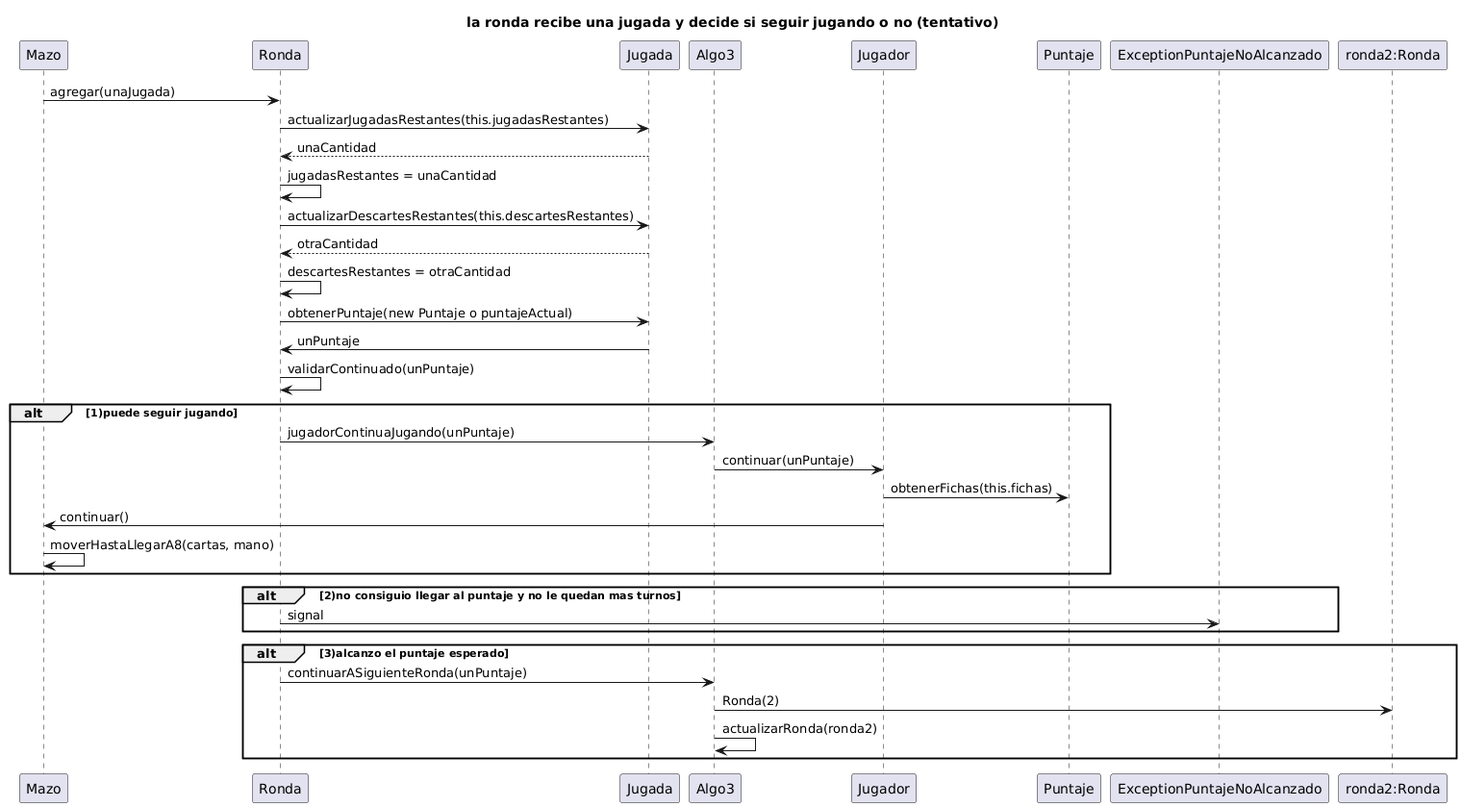
This is diagrams/sequences/DS-laRondaRecibeUnaJugadaYDecideSiSeguirJugando.png from Sotelo27/TP2-Balatro-Grupo-08, a PlantUML export, as it was before one commit. Its diagram source:
```plantuml
@startuml
title la ronda recibe una jugada y decide si seguir jugando o no (tentativo)
Mazo -> Ronda : agregar(unaJugada)
Ronda -> Jugada : actualizarJugadasRestantes(this.jugadasRestantes)
Jugada --> Ronda : unaCantidad

Ronda -> Ronda : jugadasRestantes = unaCantidad
Ronda -> Jugada: actualizarDescartesRestantes(this.descartesRestantes)
Jugada --> Ronda : otraCantidad
Ronda -> Ronda : descartesRestantes = otraCantidad


Ronda -> Jugada : obtenerPuntaje(new Puntaje o puntajeActual)
Jugada -> Ronda : unPuntaje
Ronda -> Ronda : validarContinuado(unPuntaje)

alt 1)puede seguir jugando

Ronda -> Algo3 : jugadorContinuaJugando(unPuntaje)
Algo3 -> Jugador : continuar(unPuntaje)
Jugador -> Puntaje : obtenerFichas(this.fichas)
Jugador -> Mazo : continuar()
Mazo -> Mazo : moverHastaLlegarA8(cartas, mano)
end alt

alt 2)no consiguio llegar al puntaje y no le quedan mas turnos
Ronda -> ExceptionPuntajeNoAlcanzado : signal

end alt

alt 3)alcanzo el puntaje esperado
Ronda -> Algo3 : continuarASiguienteRonda(unPuntaje)
participant "ronda2:Ronda" as Ronda2
Algo3 -> Ronda2 : Ronda(2)
Algo3 -> Algo3 : actualizarRonda(ronda2)

end alt
@enduml
```
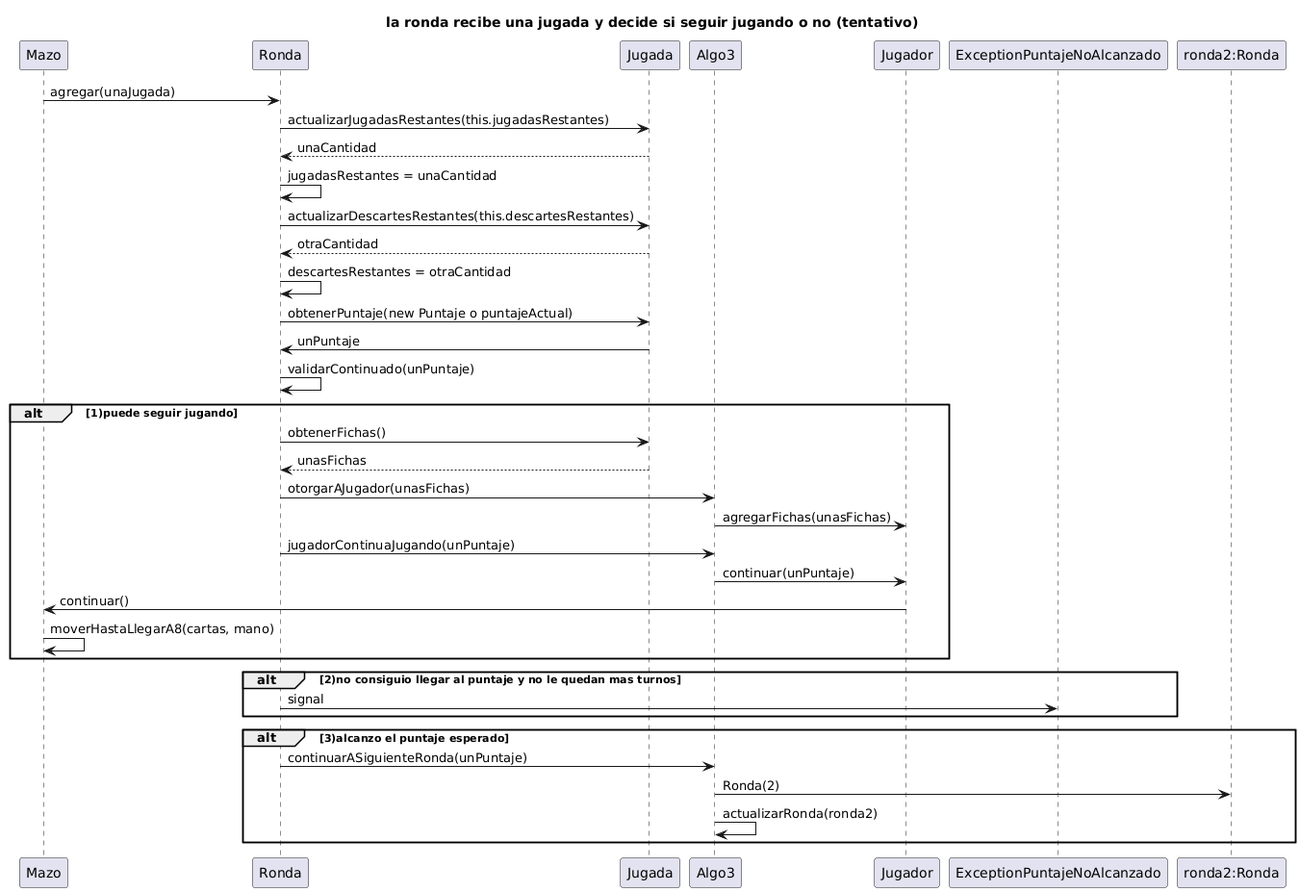
The same diagram one commit later.

Change to the diagram source:
```diff
@@ -15,10 +15,12 @@
 Ronda -> Ronda : validarContinuado(unPuntaje)
 
 alt 1)puede seguir jugando
-
+Ronda -> Jugada : obtenerFichas()
+Jugada -->  Ronda : unasFichas
+Ronda -> Algo3 : otorgarAJugador(unasFichas)
+Algo3 -> Jugador : agregarFichas(unasFichas)
 Ronda -> Algo3 : jugadorContinuaJugando(unPuntaje)
 Algo3 -> Jugador : continuar(unPuntaje)
-Jugador -> Puntaje : obtenerFichas(this.fichas)
 Jugador -> Mazo : continuar()
 Mazo -> Mazo : moverHastaLlegarA8(cartas, mano)
 end alt
```
